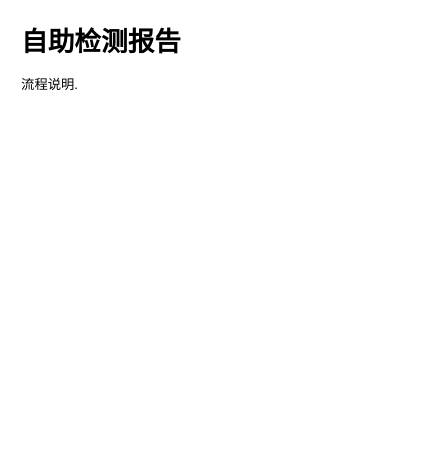
Above: page "AI" (2 of 3) of Vasen.drawio in CongMinYin/flow (draw.io), before the change. Source tidied: cells renumbered, new cells numbered last; positions are measured from the earlier drawing's top-left corner, leaving out a move shared by most shapes. Both pictures are drawn from the tidied source at 111%, with x=0, y=0 at pixel (19, 19).
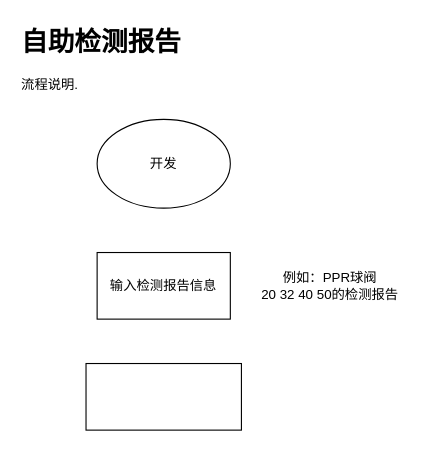
The same diagram, later.

The edit, as a diff of the source:
```diff
@@
 <mxGraphModel>
   <root>
     <mxCell id="0" />
     <mxCell id="1" parent="0" />
     <mxCell id="2" value="&lt;h1 style=&quot;margin-top: 0px;&quot;&gt;自助检测报告&lt;/h1&gt;&lt;p&gt;流程说明.&lt;/p&gt;" style="text;html=1;whiteSpace=wrap;overflow=hidden;rounded=0;" parent="1" vertex="1">
       <mxGeometry width="180" height="120" as="geometry" />
     </mxCell>
+    <mxCell id="3" value="开发" style="ellipse;whiteSpace=wrap;html=1;" parent="1" vertex="1">
+      <mxGeometry x="70" y="90" width="120" height="80" as="geometry" />
+    </mxCell>
+    <mxCell id="4" value="输入检测报告信息" style="rounded=0;whiteSpace=wrap;html=1;" parent="1" vertex="1">
+      <mxGeometry x="70" y="210" width="120" height="60" as="geometry" />
+    </mxCell>
+    <mxCell id="5" style="rounded=0;whiteSpace=wrap;html=1;" parent="1" vertex="1">
+      <mxGeometry x="60" y="310" width="140" height="60" as="geometry" />
+    </mxCell>
+    <mxCell id="6" value="例如：&lt;span style=&quot;color: light-dark(rgb(0, 0, 0), rgb(255, 255, 255)); background-color: transparent; text-align: left;&quot;&gt;PPR球阀20&amp;nbsp;32&amp;nbsp;40&amp;nbsp;50的检测报告&lt;/span&gt;" style="text;html=1;whiteSpace=wrap;strokeColor=none;fillColor=none;align=center;verticalAlign=middle;rounded=0;" parent="1" vertex="1">
+      <mxGeometry x="210" y="225" width="140" height="30" as="geometry" />
+    </mxCell>
   </root>
 </mxGraphModel>
```
